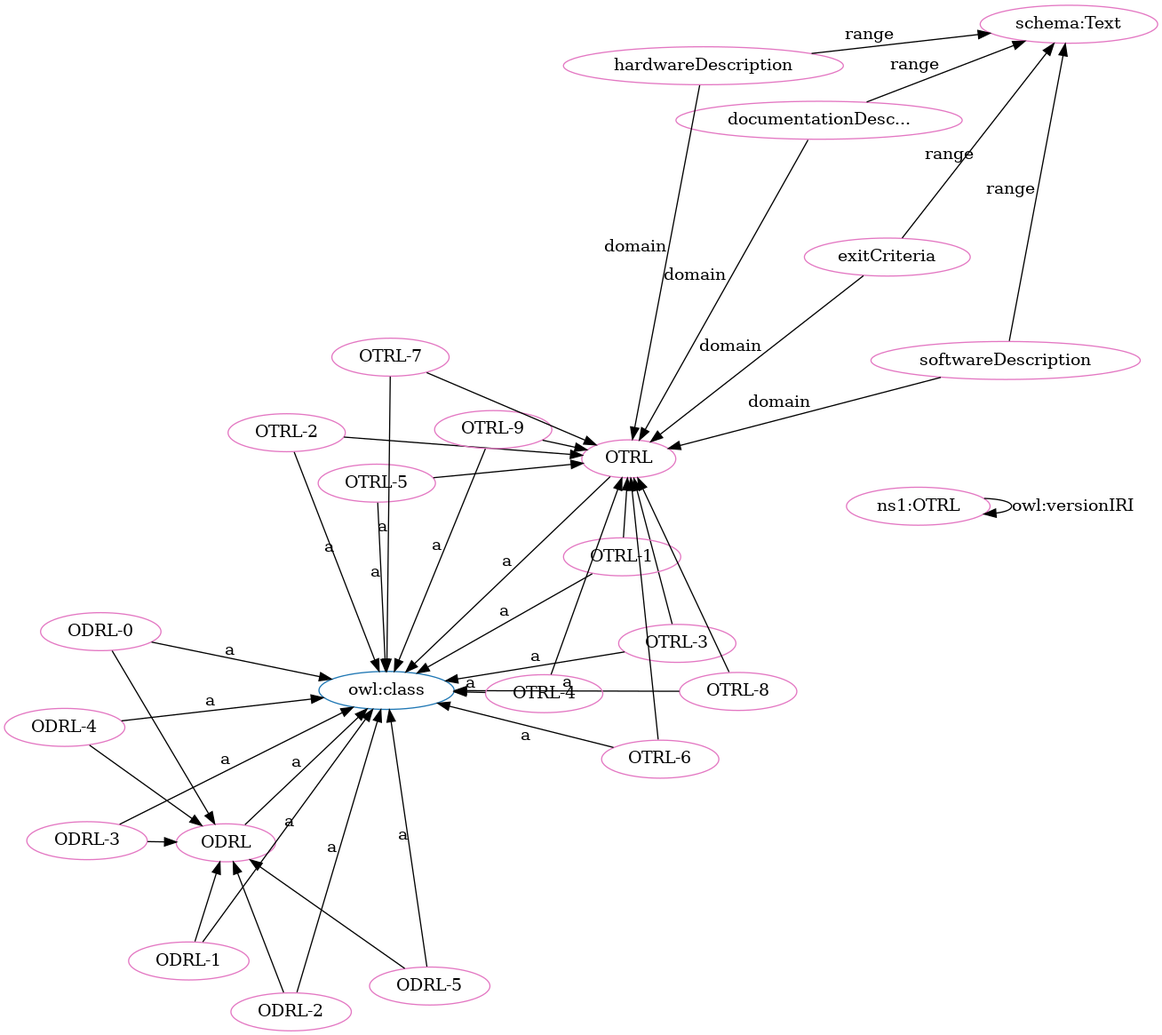
Above: OTRL-clean.png in OPEN-NEXT/OKH-LOSH (Graphviz), before the change. Its source is kept beside it as OTRL-clean.dot.
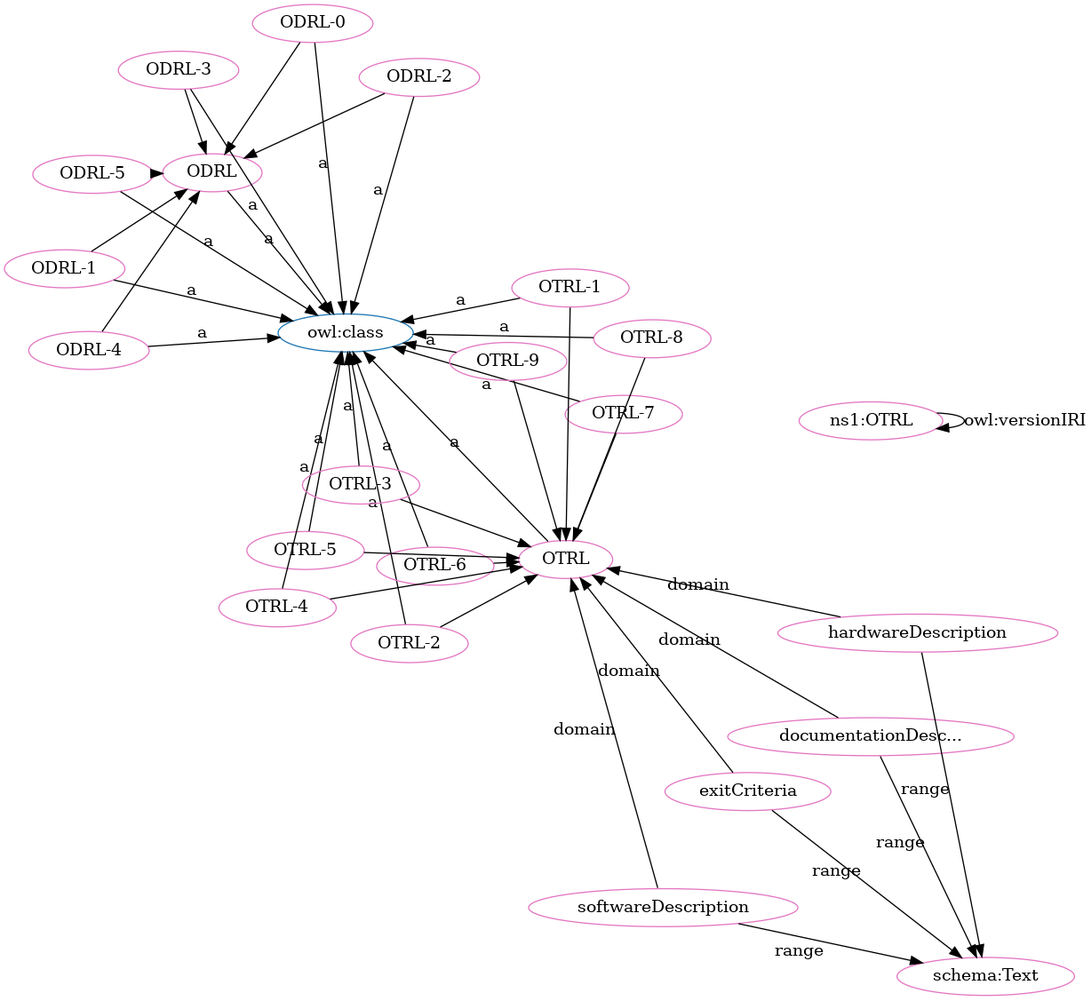
After the change.

Diff of the diagram source:
```diff
@@ -4,68 +4,68 @@
 "http://purl.org/oseg/ontologies/OTRL#ODRL" [fillcolor="#1f77b4" color="#1f77b4" label="ODRL"]
 "http://purl.org/oseg/ontologies/OTRL#OTRL" [fillcolor="#1f77b4" color="#1f77b4" label="OTRL"]
 "http://www.w3.org/2002/07/owl#class" [fillcolor="#1f77b4" color="#1f77b4" label="owl:class"]
+"http://purl.org/oseg/ontologies/OTRL#ODRL-3" [fillcolor="#e377c2" color="#e377c2" label="ODRL-3"]
 "http://purl.org/oseg/ontologies/OTRL#OTRL" [fillcolor="#e377c2" color="#e377c2" label="OTRL"]
+"http://schema.org/Text" [fillcolor="#e377c2" color="#e377c2" label="schema:Text"]
+"http://purl.org/oseg/ontologies/OTRL#ODRL" [fillcolor="#e377c2" color="#e377c2" label="ODRL"]
+"http://purl.org/oseg/ontologies/OTRL#OTRL-7" [fillcolor="#e377c2" color="#e377c2" label="OTRL-7"]
+"http://purl.org/oseg/ontologies/OTRL#ODRL-4" [fillcolor="#e377c2" color="#e377c2" label="ODRL-4"]
+"http://purl.org/oseg/ontologies/OTRL#OTRL-1" [fillcolor="#e377c2" color="#e377c2" label="OTRL-1"]
 "http://purl.org/oseg/ontologies/OTRL#OTRL-2" [fillcolor="#e377c2" color="#e377c2" label="OTRL-2"]
+"http://purl.org/oseg/ontologies/OTRL#softwareDescription" [fillcolor="#e377c2" color="#e377c2" label="softwareDescription"]
+"http://purl.org/oseg/ontologies/OTRL" [fillcolor="#e377c2" color="#e377c2" label="ns1:OTRL"]
+"http://purl.org/oseg/ontologies/OTRL#OTRL-6" [fillcolor="#e377c2" color="#e377c2" label="OTRL-6"]
 "http://purl.org/oseg/ontologies/OTRL#OTRL-5" [fillcolor="#e377c2" color="#e377c2" label="OTRL-5"]
-"http://purl.org/oseg/ontologies/OTRL#ODRL" [fillcolor="#e377c2" color="#e377c2" label="ODRL"]
 "http://purl.org/oseg/ontologies/OTRL#OTRL-9" [fillcolor="#e377c2" color="#e377c2" label="OTRL-9"]
+"http://purl.org/oseg/ontologies/OTRL#ODRL-0" [fillcolor="#e377c2" color="#e377c2" label="ODRL-0"]
+"http://purl.org/oseg/ontologies/OTRL#exitCriteria" [fillcolor="#e377c2" color="#e377c2" label="exitCriteria"]
+"http://purl.org/oseg/ontologies/OTRL#ODRL-2" [fillcolor="#e377c2" color="#e377c2" label="ODRL-2"]
+"http://purl.org/oseg/ontologies/OTRL#documentationDescription" [fillcolor="#e377c2" color="#e377c2" label="documentationDesc..."]
+"http://purl.org/oseg/ontologies/OTRL#hardwareDescription" [fillcolor="#e377c2" color="#e377c2" label="hardwareDescription"]
+"http://purl.org/oseg/ontologies/OTRL#ODRL-1" [fillcolor="#e377c2" color="#e377c2" label="ODRL-1"]
+"http://purl.org/oseg/ontologies/OTRL#ODRL-5" [fillcolor="#e377c2" color="#e377c2" label="ODRL-5"]
+"http://purl.org/oseg/ontologies/OTRL#OTRL-4" [fillcolor="#e377c2" color="#e377c2" label="OTRL-4"]
 "http://purl.org/oseg/ontologies/OTRL#OTRL-3" [fillcolor="#e377c2" color="#e377c2" label="OTRL-3"]
-"http://purl.org/oseg/ontologies/OTRL#documentationDescription" [fillcolor="#e377c2" color="#e377c2" label="documentationDesc..."]
-"http://purl.org/oseg/ontologies/OTRL#ODRL-5" [fillcolor="#e377c2" color="#e377c2" label="ODRL-5"]
-"http://purl.org/oseg/ontologies/OTRL#ODRL-1" [fillcolor="#e377c2" color="#e377c2" label="ODRL-1"]
-"http://purl.org/oseg/ontologies/OTRL#exitCriteria" [fillcolor="#e377c2" color="#e377c2" label="exitCriteria"]
-"http://purl.org/oseg/ontologies/OTRL#softwareDescription" [fillcolor="#e377c2" color="#e377c2" label="softwareDescription"]
-"http://purl.org/oseg/ontologies/OTRL#OTRL-1" [fillcolor="#e377c2" color="#e377c2" label="OTRL-1"]
-"http://purl.org/oseg/ontologies/OTRL#OTRL-6" [fillcolor="#e377c2" color="#e377c2" label="OTRL-6"]
-"http://schema.org/Text" [fillcolor="#e377c2" color="#e377c2" label="schema:Text"]
-"http://purl.org/oseg/ontologies/OTRL#ODRL-4" [fillcolor="#e377c2" color="#e377c2" label="ODRL-4"]
-"http://purl.org/oseg/ontologies/OTRL" [fillcolor="#e377c2" color="#e377c2" label="ns1:OTRL"]
 "http://purl.org/oseg/ontologies/OTRL#OTRL-8" [fillcolor="#e377c2" color="#e377c2" label="OTRL-8"]
-"http://purl.org/oseg/ontologies/OTRL#OTRL-7" [fillcolor="#e377c2" color="#e377c2" label="OTRL-7"]
-"http://purl.org/oseg/ontologies/OTRL#ODRL-0" [fillcolor="#e377c2" color="#e377c2" label="ODRL-0"]
-"http://purl.org/oseg/ontologies/OTRL#hardwareDescription" [fillcolor="#e377c2" color="#e377c2" label="hardwareDescription"]
-"http://purl.org/oseg/ontologies/OTRL#ODRL-2" [fillcolor="#e377c2" color="#e377c2" label="ODRL-2"]
-"http://purl.org/oseg/ontologies/OTRL#ODRL-3" [fillcolor="#e377c2" color="#e377c2" label="ODRL-3"]
-"http://purl.org/oseg/ontologies/OTRL#OTRL-4" [fillcolor="#e377c2" color="#e377c2" label="OTRL-4"]
-  "http://purl.org/oseg/ontologies/OTRL#ODRL-4" -> "http://purl.org/oseg/ontologies/OTRL#ODRL" [label=""]
-  "http://purl.org/oseg/ontologies/OTRL#OTRL-4" -> "http://purl.org/oseg/ontologies/OTRL#OTRL" [label=""]
-  "http://purl.org/oseg/ontologies/OTRL#OTRL-5" -> "http://purl.org/oseg/ontologies/OTRL#OTRL" [label=""]
+  "http://purl.org/oseg/ontologies/OTRL#ODRL-3" -> "http://www.w3.org/2002/07/owl#class" [label="a"]
+  "http://purl.org/oseg/ontologies/OTRL#softwareDescription" -> "http://schema.org/Text" [label="range"]
+  "http://purl.org/oseg/ontologies/OTRL#ODRL-1" -> "http://purl.org/oseg/ontologies/OTRL#ODRL" [label=""]
+  "http://purl.org/oseg/ontologies/OTRL#exitCriteria" -> "http://purl.org/oseg/ontologies/OTRL#OTRL" [label="domain"]
+  "http://purl.org/oseg/ontologies/OTRL#OTRL-7" -> "http://www.w3.org/2002/07/owl#class" [label="a"]
+  "http://purl.org/oseg/ontologies/OTRL#OTRL-1" -> "http://www.w3.org/2002/07/owl#class" [label="a"]
+  "http://purl.org/oseg/ontologies/OTRL#ODRL-5" -> "http://purl.org/oseg/ontologies/OTRL#ODRL" [label=""]
+  "http://purl.org/oseg/ontologies/OTRL#ODRL-3" -> "http://purl.org/oseg/ontologies/OTRL#ODRL" [label=""]
+  "http://purl.org/oseg/ontologies/OTRL#OTRL-3" -> "http://purl.org/oseg/ontologies/OTRL#OTRL" [label=""]
   "http://purl.org/oseg/ontologies/OTRL#OTRL-9" -> "http://www.w3.org/2002/07/owl#class" [label="a"]
-  "http://purl.org/oseg/ontologies/OTRL#ODRL-0" -> "http://purl.org/oseg/ontologies/OTRL#ODRL" [label=""]
+  "http://purl.org/oseg/ontologies/OTRL#ODRL-2" -> "http://purl.org/oseg/ontologies/OTRL#ODRL" [label=""]
+  "http://purl.org/oseg/ontologies/OTRL#ODRL" -> "http://www.w3.org/2002/07/owl#class" [label="a"]
+  "http://purl.org/oseg/ontologies/OTRL#hardwareDescription" -> "http://schema.org/Text" [label="range"]
+  "http://purl.org/oseg/ontologies/OTRL#OTRL-7" -> "http://purl.org/oseg/ontologies/OTRL#OTRL" [label=""]
+  "http://purl.org/oseg/ontologies/OTRL#OTRL-1" -> "http://purl.org/oseg/ontologies/OTRL#OTRL" [label=""]
   "http://purl.org/oseg/ontologies/OTRL#OTRL-2" -> "http://purl.org/oseg/ontologies/OTRL#OTRL" [label=""]
+  "http://purl.org/oseg/ontologies/OTRL#ODRL-5" -> "http://www.w3.org/2002/07/owl#class" [label="a"]
+  "http://purl.org/oseg/ontologies/OTRL#OTRL-4" -> "http://www.w3.org/2002/07/owl#class" [label="a"]
+  "http://purl.org/oseg/ontologies/OTRL#documentationDescription" -> "http://purl.org/oseg/ontologies/OTRL#OTRL" [label="domain"]
   "http://purl.org/oseg/ontologies/OTRL#OTRL-3" -> "http://www.w3.org/2002/07/owl#class" [label="a"]
   "http://purl.org/oseg/ontologies/OTRL#OTRL-9" -> "http://purl.org/oseg/ontologies/OTRL#OTRL" [label=""]
-  "http://purl.org/oseg/ontologies/OTRL#OTRL-8" -> "http://purl.org/oseg/ontologies/OTRL#OTRL" [label=""]
-  "http://purl.org/oseg/ontologies/OTRL#ODRL-5" -> "http://www.w3.org/2002/07/owl#class" [label="a"]
-  "http://purl.org/oseg/ontologies/OTRL#ODRL-1" -> "http://www.w3.org/2002/07/owl#class" [label="a"]
-  "http://purl.org/oseg/ontologies/OTRL#ODRL-3" -> "http://purl.org/oseg/ontologies/OTRL#ODRL" [label=""]
+  "http://purl.org/oseg/ontologies/OTRL#ODRL-4" -> "http://www.w3.org/2002/07/owl#class" [label="a"]
+  "http://purl.org/oseg/ontologies/OTRL#OTRL" -> "http://www.w3.org/2002/07/owl#class" [label="a"]
+  "http://purl.org/oseg/ontologies/OTRL#OTRL-2" -> "http://www.w3.org/2002/07/owl#class" [label="a"]
+  "http://purl.org/oseg/ontologies/OTRL" -> "http://purl.org/oseg/ontologies/OTRL" [label="owl:versionIRI"]
+  "http://purl.org/oseg/ontologies/OTRL#OTRL-6" -> "http://purl.org/oseg/ontologies/OTRL#OTRL" [label=""]
   "http://purl.org/oseg/ontologies/OTRL#OTRL-6" -> "http://www.w3.org/2002/07/owl#class" [label="a"]
+  "http://purl.org/oseg/ontologies/OTRL#OTRL-5" -> "http://purl.org/oseg/ontologies/OTRL#OTRL" [label=""]
+  "http://purl.org/oseg/ontologies/OTRL#OTRL-5" -> "http://www.w3.org/2002/07/owl#class" [label="a"]
   "http://purl.org/oseg/ontologies/OTRL#exitCriteria" -> "http://schema.org/Text" [label="range"]
   "http://purl.org/oseg/ontologies/OTRL#softwareDescription" -> "http://purl.org/oseg/ontologies/OTRL#OTRL" [label="domain"]
-  "http://purl.org/oseg/ontologies/OTRL#ODRL-4" -> "http://www.w3.org/2002/07/owl#class" [label="a"]
-  "http://purl.org/oseg/ontologies/OTRL#OTRL-7" -> "http://www.w3.org/2002/07/owl#class" [label="a"]
   "http://purl.org/oseg/ontologies/OTRL#ODRL-0" -> "http://www.w3.org/2002/07/owl#class" [label="a"]
+  "http://purl.org/oseg/ontologies/OTRL#OTRL-4" -> "http://purl.org/oseg/ontologies/OTRL#OTRL" [label=""]
+  "http://purl.org/oseg/ontologies/OTRL#ODRL-4" -> "http://purl.org/oseg/ontologies/OTRL#ODRL" [label=""]
+  "http://purl.org/oseg/ontologies/OTRL#documentationDescription" -> "http://schema.org/Text" [label="range"]
   "http://purl.org/oseg/ontologies/OTRL#ODRL-2" -> "http://www.w3.org/2002/07/owl#class" [label="a"]
-  "http://purl.org/oseg/ontologies/OTRL#ODRL-3" -> "http://www.w3.org/2002/07/owl#class" [label="a"]
-  "http://purl.org/oseg/ontologies/OTRL#OTRL-4" -> "http://www.w3.org/2002/07/owl#class" [label="a"]
+  "http://purl.org/oseg/ontologies/OTRL#ODRL-0" -> "http://purl.org/oseg/ontologies/OTRL#ODRL" [label=""]
+  "http://purl.org/oseg/ontologies/OTRL#ODRL-1" -> "http://www.w3.org/2002/07/owl#class" [label="a"]
   "http://purl.org/oseg/ontologies/OTRL#hardwareDescription" -> "http://purl.org/oseg/ontologies/OTRL#OTRL" [label="domain"]
-  "http://purl.org/oseg/ontologies/OTRL#OTRL-2" -> "http://www.w3.org/2002/07/owl#class" [label="a"]
-  "http://purl.org/oseg/ontologies/OTRL#OTRL-5" -> "http://www.w3.org/2002/07/owl#class" [label="a"]
-  "http://purl.org/oseg/ontologies/OTRL#OTRL-1" -> "http://purl.org/oseg/ontologies/OTRL#OTRL" [label=""]
-  "http://purl.org/oseg/ontologies/OTRL#OTRL-6" -> "http://purl.org/oseg/ontologies/OTRL#OTRL" [label=""]
-  "http://purl.org/oseg/ontologies/OTRL#ODRL-1" -> "http://purl.org/oseg/ontologies/OTRL#ODRL" [label=""]
-  "http://purl.org/oseg/ontologies/OTRL#OTRL-3" -> "http://purl.org/oseg/ontologies/OTRL#OTRL" [label=""]
-  "http://purl.org/oseg/ontologies/OTRL#OTRL-1" -> "http://www.w3.org/2002/07/owl#class" [label="a"]
-  "http://purl.org/oseg/ontologies/OTRL#softwareDescription" -> "http://schema.org/Text" [label="range"]
+  "http://purl.org/oseg/ontologies/OTRL#OTRL-8" -> "http://purl.org/oseg/ontologies/OTRL#OTRL" [label=""]
   "http://purl.org/oseg/ontologies/OTRL#OTRL-8" -> "http://www.w3.org/2002/07/owl#class" [label="a"]
-  "http://purl.org/oseg/ontologies/OTRL#ODRL-5" -> "http://purl.org/oseg/ontologies/OTRL#ODRL" [label=""]
-  "http://purl.org/oseg/ontologies/OTRL#exitCriteria" -> "http://purl.org/oseg/ontologies/OTRL#OTRL" [label="domain"]
-  "http://purl.org/oseg/ontologies/OTRL#ODRL-2" -> "http://purl.org/oseg/ontologies/OTRL#ODRL" [label=""]
-  "http://purl.org/oseg/ontologies/OTRL#OTRL-7" -> "http://purl.org/oseg/ontologies/OTRL#OTRL" [label=""]
-  "http://purl.org/oseg/ontologies/OTRL#OTRL" -> "http://www.w3.org/2002/07/owl#class" [label="a"]
-  "http://purl.org/oseg/ontologies/OTRL#ODRL" -> "http://www.w3.org/2002/07/owl#class" [label="a"]
-  "http://purl.org/oseg/ontologies/OTRL#documentationDescription" -> "http://schema.org/Text" [label="range"]
-  "http://purl.org/oseg/ontologies/OTRL#documentationDescription" -> "http://purl.org/oseg/ontologies/OTRL#OTRL" [label="domain"]
-  "http://purl.org/oseg/ontologies/OTRL#hardwareDescription" -> "http://schema.org/Text" [label="range"]
-  "http://purl.org/oseg/ontologies/OTRL" -> "http://purl.org/oseg/ontologies/OTRL" [label="owl:versionIRI"]
 }
```
